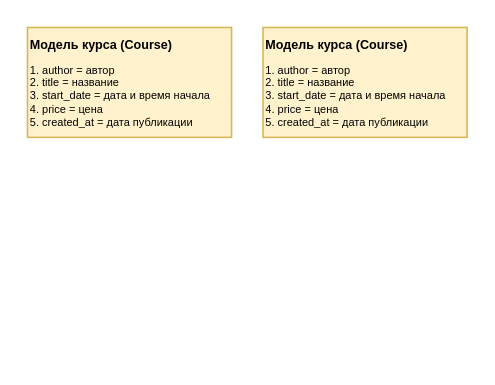
Earlier version of the draw.io diagram Диаграмма без названия.drawio (minkeviiich/TestWeather). Source tidied: cells renumbered, new cells numbered last; positions are measured from the earlier drawing's top-left corner, leaving out a move shared by most shapes. Both pictures are drawn from the tidied source at 157%, with x=0, y=0 at pixel (27, 27).
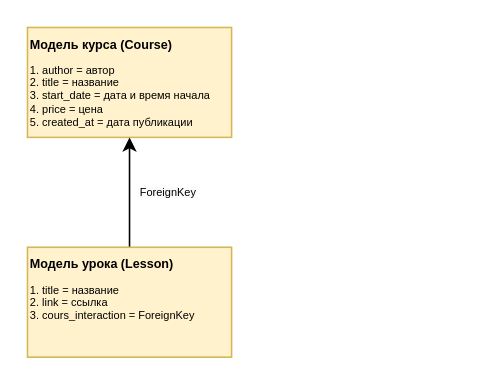
The same diagram, later.

Change to the diagram source:
```diff
@@
 <mxGraphModel>
   <root>
     <mxCell id="0" />
     <mxCell id="1" parent="0" />
     <mxCell id="2" value="&lt;h1 style=&quot;line-height: 19px; white-space: pre;&quot;&gt;&lt;br&gt;&lt;/h1&gt;" style="rounded=0;whiteSpace=wrap;html=1;labelBackgroundColor=none;fillColor=#fff2cc;strokeColor=#d6b656;align=center;fontColor=default;verticalAlign=bottom;" parent="1" vertex="1">
       <mxGeometry width="130" height="70" as="geometry" />
     </mxCell>
     <mxCell id="3" value="&lt;h1 style=&quot;margin-top: 0px; font-size: 8px;&quot;&gt;Модель курса (Course)&lt;/h1&gt;&lt;p style=&quot;font-size: 7px;&quot;&gt;&lt;font style=&quot;font-size: 7px;&quot;&gt;1. author = автор&lt;br&gt;2. title = название&lt;br&gt;3. start_date = дата и время начала&amp;nbsp;&lt;br&gt;4. price = цена&lt;br&gt;5. created_at = дата публикации&lt;/font&gt;&lt;/p&gt;" style="text;html=1;whiteSpace=wrap;overflow=hidden;rounded=0;" parent="1" vertex="1">
-      <mxGeometry width="130" height="100" as="geometry" />
+      <mxGeometry width="130" height="70" as="geometry" />
     </mxCell>
+    <mxCell id="6" style="edgeStyle=orthogonalEdgeStyle;rounded=0;jettySize=auto;html=1;exitX=0.5;exitY=0;exitDx=0;exitDy=0;" parent="1" edge="1" source="4" target="3">
+      <mxGeometry relative="1" as="geometry" />
+    </mxCell>
     <mxCell id="4" value="&lt;h1 style=&quot;line-height: 19px; white-space: pre;&quot;&gt;&lt;br&gt;&lt;/h1&gt;" style="rounded=0;whiteSpace=wrap;html=1;labelBackgroundColor=none;fillColor=#fff2cc;strokeColor=#d6b656;align=center;fontColor=default;verticalAlign=bottom;" parent="1" vertex="1">
-      <mxGeometry x="150" width="130" height="70" as="geometry" />
+      <mxGeometry y="140" width="130" height="70" as="geometry" />
     </mxCell>
-    <mxCell id="5" value="&lt;h1 style=&quot;margin-top: 0px; font-size: 8px;&quot;&gt;Модель курса (Course)&lt;/h1&gt;&lt;p style=&quot;font-size: 7px;&quot;&gt;&lt;font style=&quot;font-size: 7px;&quot;&gt;1. author = автор&lt;br&gt;2. title = название&lt;br&gt;3. start_date = дата и время начала&amp;nbsp;&lt;br&gt;4. price = цена&lt;br&gt;5. created_at = дата публикации&lt;/font&gt;&lt;/p&gt;" style="text;html=1;whiteSpace=wrap;overflow=hidden;rounded=0;" parent="1" vertex="1">
-      <mxGeometry x="150" width="130" height="100" as="geometry" />
+    <mxCell id="5" value="&lt;h1 style=&quot;margin-top: 0px; font-size: 8px;&quot;&gt;Модель урока (Lesson)&lt;/h1&gt;&lt;p style=&quot;font-size: 7px;&quot;&gt;&lt;font style=&quot;font-size: 7px;&quot;&gt;1. title = название&lt;br&gt;2. link = ссылка&lt;br&gt;3. cours_interaction = ForeignKey&amp;nbsp;&amp;nbsp;&lt;br&gt;&lt;br&gt;&lt;/font&gt;&lt;/p&gt;" style="text;html=1;whiteSpace=wrap;overflow=hidden;rounded=0;" parent="1" vertex="1">
+      <mxGeometry y="140" width="130" height="50" as="geometry" />
     </mxCell>
+    <mxCell id="7" value="&lt;span style=&quot;color: rgb(0, 0, 0); font-family: Helvetica; font-size: 7px; font-style: normal; font-variant-ligatures: normal; font-variant-caps: normal; font-weight: 400; letter-spacing: normal; orphans: 2; text-align: left; text-indent: 0px; text-transform: none; widows: 2; word-spacing: 0px; -webkit-text-stroke-width: 0px; white-space: normal; background-color: rgb(251, 251, 251); text-decoration-thickness: initial; text-decoration-style: initial; text-decoration-color: initial; display: inline !important; float: none;&quot;&gt;ForeignKey&lt;/span&gt;" style="text;whiteSpace=wrap;html=1;" parent="1" vertex="1">
+      <mxGeometry x="70" y="90" width="70" height="40" as="geometry" />
+    </mxCell>
   </root>
 </mxGraphModel>
```
